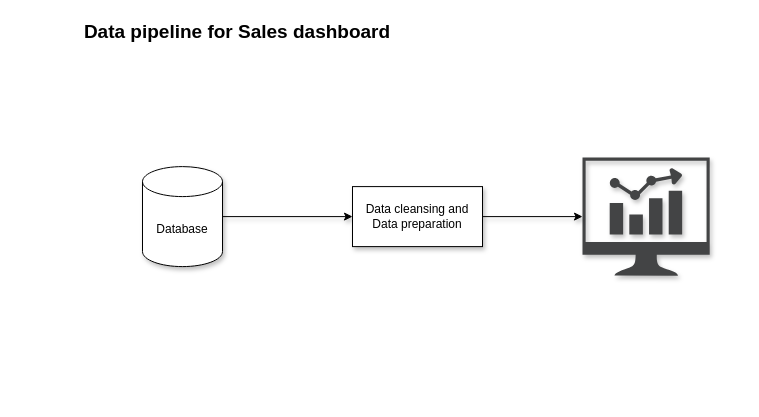
KitakanWiset/skills-introduction-to-github keeps this draw.io diagram as images/Sales Dashboard pipeline.drawio. Above is the earlier version. Source tidied: cells renumbered, new cells numbered last; positions are measured from the earlier drawing's top-left corner, leaving out a move shared by most shapes. Both pictures are drawn from the tidied source at 100%, with x=0, y=0 at pixel (67, 17).
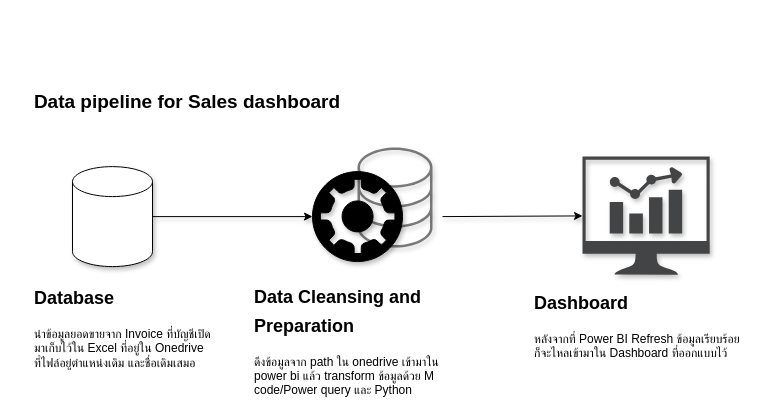
Above is the later version.

Change to the diagram source:
```diff
@@
 <mxGraphModel>
   <root>
     <mxCell id="0" />
     <mxCell id="1" parent="0" />
-    <mxCell id="2" value="Database" style="shape=cylinder3;whiteSpace=wrap;html=1;boundedLbl=1;backgroundOutline=1;size=15;textShadow=0;shadow=1;" parent="1" vertex="1">
-      <mxGeometry x="75" y="149.1" width="80" height="100" as="geometry" />
+    <mxCell id="2" style="shape=cylinder3;whiteSpace=wrap;html=1;boundedLbl=1;backgroundOutline=1;size=15;textShadow=0;shadow=1;" parent="1" vertex="1">
+      <mxGeometry x="5" y="149.1" width="80" height="100" as="geometry" />
     </mxCell>
+    <mxCell id="8" style="shadow=1;dashed=0;html=1;strokeColor=none;fillColor=#434445;labelPosition=center;verticalLabelPosition=bottom;verticalAlign=top;align=center;shape=mxgraph.vvd.storage;fillStyle=auto;opacity=70;" parent="1" vertex="1">
+      <mxGeometry x="290" y="130" width="75" height="100" as="geometry" />
+    </mxCell>
-    <mxCell id="3" style="endArrow=classic;html=1;rounded=0;exitX=1;exitY=0.5;exitDx=0;exitDy=0;exitPerimeter=0;entryX=0;entryY=0.5;entryDx=0;entryDy=0;textShadow=0;shadow=1;" parent="1" edge="1" source="2" target="4">
-      <mxGeometry relative="1" as="geometry" />
+    <mxCell id="3" style="endArrow=classic;html=1;rounded=0;exitX=1;exitY=0.5;exitDx=0;exitDy=0;exitPerimeter=0;entryX=0;entryY=0.5;entryDx=0;entryDy=0;textShadow=0;shadow=1;" parent="1" edge="1" source="2">
+      <mxGeometry relative="1" as="geometry">
+        <mxPoint x="245" y="199.1" as="targetPoint" />
+      </mxGeometry>
     </mxCell>
-    <mxCell id="4" value="Data cleansing and Data preparation" style="rounded=0;whiteSpace=wrap;html=1;textShadow=0;shadow=1;" parent="1" vertex="1">
-      <mxGeometry x="285" y="169.1" width="130" height="60" as="geometry" />
-    </mxCell>
     <mxCell id="5" style="sketch=0;shadow=1;dashed=0;html=1;strokeColor=none;fillColor=#434445;labelPosition=center;verticalLabelPosition=bottom;verticalAlign=top;align=center;outlineConnect=0;shape=mxgraph.vvd.nsx_dashboard;textShadow=0;" parent="1" vertex="1">
-      <mxGeometry x="515" y="140" width="127.2" height="118.2" as="geometry" />
+      <mxGeometry x="515" y="139" width="127.2" height="118.2" as="geometry" />
     </mxCell>
-    <mxCell id="6" style="endArrow=classic;html=1;rounded=0;exitX=1;exitY=0.5;exitDx=0;exitDy=0;textShadow=0;shadow=1;" parent="1" edge="1" source="4" target="5">
-      <mxGeometry relative="1" as="geometry" />
+    <mxCell id="6" style="endArrow=classic;html=1;rounded=0;exitX=1;exitY=0.5;exitDx=0;exitDy=0;textShadow=0;shadow=1;" parent="1" edge="1" target="5">
+      <mxGeometry relative="1" as="geometry">
+        <mxPoint x="375" y="199.1" as="sourcePoint" />
+      </mxGeometry>
     </mxCell>
     <mxCell id="7" value="Data pipeline for Sales dashboard" style="text;html=1;align=center;verticalAlign=middle;whiteSpace=wrap;rounded=0;strokeWidth=1;perimeterSpacing=0;fontSize=19;fontStyle=1;textShadow=0;" parent="1" vertex="1">
-      <mxGeometry width="340" height="30" as="geometry" />
+      <mxGeometry x="-50" y="70" width="340" height="30" as="geometry" />
     </mxCell>
+    <mxCell id="9" value="&lt;h1 style=&quot;margin-top: 0px;&quot;&gt;&lt;font style=&quot;font-size: 18px;&quot;&gt;Database&lt;/font&gt;&lt;/h1&gt;&lt;div&gt;นำข้อมูลยอดขายจาก Invoice ที่บัญชีเปิดมาเก็บไว้ใน Excel ที่อยู่ใน Onedrive ที่ไฟล์อยู่ตำแหน่งเดิม และชื่อเดิมเสมอ&lt;/div&gt;" style="text;html=1;whiteSpace=wrap;overflow=hidden;rounded=0;" parent="1" vertex="1">
+      <mxGeometry x="-35" y="258.2" width="180" height="120" as="geometry" />
+    </mxCell>
+    <mxCell id="10" style="shadow=1;dashed=0;html=1;labelPosition=center;verticalLabelPosition=bottom;verticalAlign=top;align=center;shape=mxgraph.vvd.vrealize_automation;fillColor=#000000;" parent="1" vertex="1">
+      <mxGeometry x="245" y="154.1" width="90" height="90" as="geometry" />
+    </mxCell>
+    <mxCell id="11" value="&lt;h1 style=&quot;margin-top: 0px;&quot;&gt;&lt;font style=&quot;font-size: 18px;&quot;&gt;Data Cleansing and Preparation&lt;/font&gt;&lt;/h1&gt;&lt;div&gt;ดึงข้อมูลจาก path ใน onedrive เข้ามาใน power bi แล้ว transform ข้อมูลด้วย M code/Power query และ Python&lt;/div&gt;" style="text;html=1;whiteSpace=wrap;overflow=hidden;rounded=0;" parent="1" vertex="1">
+      <mxGeometry x="185" y="256.5" width="210" height="123.5" as="geometry" />
+    </mxCell>
+    <mxCell id="12" value="&lt;h1 style=&quot;margin-top: 0px;&quot;&gt;&lt;font style=&quot;font-size: 18px;&quot;&gt;Dashboard&lt;/font&gt;&lt;/h1&gt;&lt;div&gt;หลังจากที่ Power BI Refresh ข้อมูลเรียบร้อยก็จะไหลเข้ามาใน Dashboard ที่ออกแบบไว้&lt;/div&gt;" style="text;html=1;whiteSpace=wrap;overflow=hidden;rounded=0;" parent="1" vertex="1">
+      <mxGeometry x="465" y="263.2" width="210" height="110" as="geometry" />
+    </mxCell>
   </root>
 </mxGraphModel>
```
